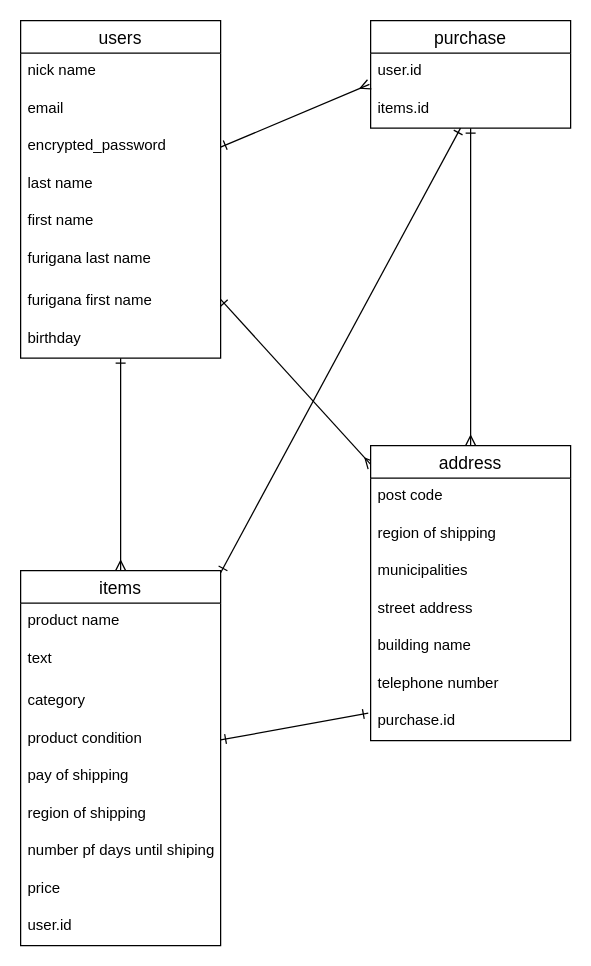
Earlier version of the draw.io diagram test.dio (taka0807/furima-39592). Source tidied: cells renumbered, new cells numbered last; positions are measured from the earlier drawing's top-left corner, leaving out a move shared by most shapes. Both pictures are drawn from the tidied source at 125%, with x=0, y=0 at pixel (20, 20).
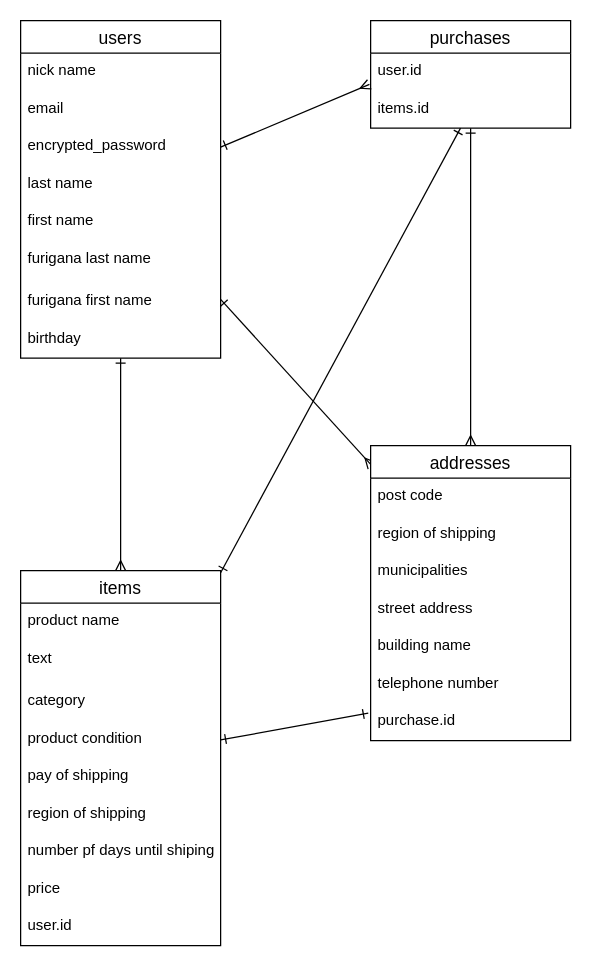
The same page after the edit.

Commit message (it also covers changes not shown here):
ER図、README修正（5回目）

The edit, as a diff of the source:
```diff
@@
-    <mxCell id="27" value="purchase" style="swimlane;fontStyle=0;horizontal=1;startSize=26;align=center;fontSize=14;" parent="1" vertex="1">
+    <mxCell id="27" value="purchases" style="swimlane;fontStyle=0;horizontal=1;startSize=26;align=center;fontSize=14;" parent="1" vertex="1">
       <mxGeometry x="280" width="160" height="86" as="geometry" />
     </mxCell>
@@
-    <mxCell id="30" value="address" style="swimlane;fontStyle=0;horizontal=1;startSize=26;align=center;fontSize=14;" parent="1" vertex="1">
+    <mxCell id="30" value="addresses" style="swimlane;fontStyle=0;horizontal=1;startSize=26;align=center;fontSize=14;" parent="1" vertex="1">
       <mxGeometry x="280" y="340" width="160" height="236" as="geometry" />
     </mxCell>
```
